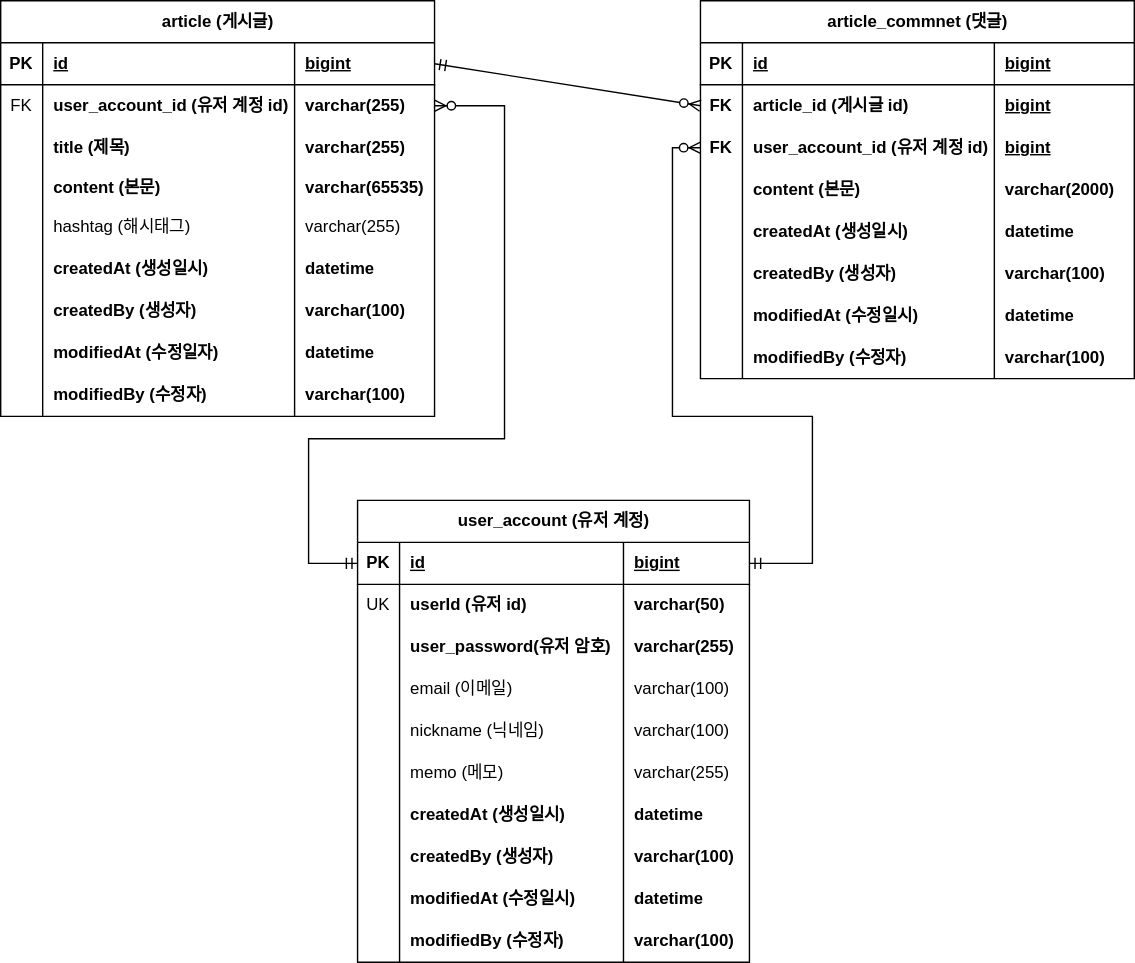
codingNoob12/fastcampus-project-board keeps this draw.io diagram as document/project-board-erd.svg. Above is the earlier version. Source tidied: cells renumbered, new cells last; positions are measured from the earlier drawing's top-left corner, leaving out a move shared by most shapes.
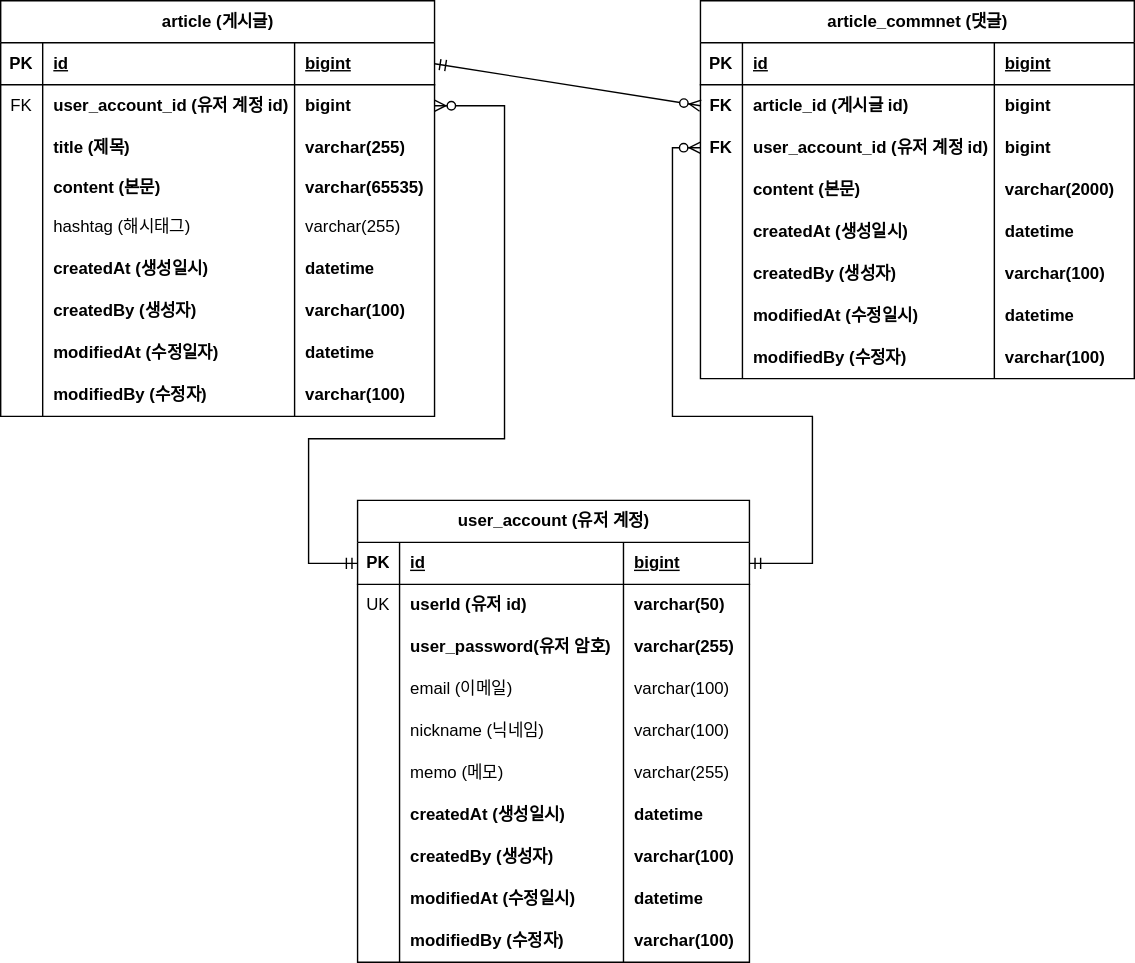
Later version of the same file.

What changed in the source:
```diff
@@ -26,7 +26,7 @@
     <mxCell id="9" value="user_account_id (유저 계정 id)" style="shape=partialRectangle;fillColor=none;top=0;left=0;bottom=0;right=0;align=left;spacingLeft=6;overflow=hidden;whiteSpace=wrap;html=1;fontStyle=1;" parent="7" vertex="1">
       <mxGeometry x="30" width="180" height="30" as="geometry" />
     </mxCell>
-    <mxCell id="10" value="varchar(255)" style="shape=partialRectangle;fillColor=none;top=0;left=0;bottom=0;right=0;align=left;spacingLeft=6;overflow=hidden;whiteSpace=wrap;html=1;fontStyle=1;" parent="7" vertex="1">
+    <mxCell id="10" value="bigint" style="shape=partialRectangle;fillColor=none;top=0;left=0;bottom=0;right=0;align=left;spacingLeft=6;overflow=hidden;whiteSpace=wrap;html=1;fontStyle=1;" parent="7" vertex="1">
       <mxGeometry x="210" width="100" height="30" as="geometry" />
     </mxCell>
     <mxCell id="11" style="shape=tableRow;horizontal=0;startSize=0;swimlaneHead=0;swimlaneBody=0;fillColor=none;top=0;left=0;right=0;bottom=0;" parent="2" vertex="1">
@@ -137,7 +137,7 @@
     <mxCell id="46" value="article_id (게시글 id)" style="shape=partialRectangle;fillColor=none;top=0;left=0;bottom=0;right=0;align=left;spacingLeft=6;overflow=hidden;whiteSpace=wrap;html=1;fontStyle=1;" parent="44" vertex="1">
       <mxGeometry x="30" width="180" height="30" as="geometry" />
     </mxCell>
-    <mxCell id="47" value="&lt;span style=&quot;text-decoration-line: underline;&quot;&gt;bigint&lt;/span&gt;" style="shape=partialRectangle;fillColor=none;top=0;left=0;bottom=0;right=0;align=left;spacingLeft=6;overflow=hidden;whiteSpace=wrap;html=1;fontStyle=1;" parent="44" vertex="1">
+    <mxCell id="47" value="bigint" style="shape=partialRectangle;fillColor=none;top=0;left=0;bottom=0;right=0;align=left;spacingLeft=6;overflow=hidden;whiteSpace=wrap;html=1;fontStyle=1;" parent="44" vertex="1">
       <mxGeometry x="210" width="100" height="30" as="geometry" />
     </mxCell>
     <mxCell id="48" style="shape=tableRow;horizontal=0;startSize=0;swimlaneHead=0;swimlaneBody=0;fillColor=none;points=[[0,0.5],[1,0.5]];portConstraint=eastwest;top=0;left=0;right=0;bottom=0;" parent="39" vertex="1">
@@ -149,7 +149,7 @@
     <mxCell id="50" value="user_account_id (유저 계정 id)" style="shape=partialRectangle;fillColor=none;top=0;left=0;bottom=0;right=0;align=left;spacingLeft=6;overflow=hidden;whiteSpace=wrap;html=1;fontStyle=1;" parent="48" vertex="1">
       <mxGeometry x="30" width="180" height="30" as="geometry" />
     </mxCell>
-    <mxCell id="51" value="&lt;span style=&quot;text-decoration-line: underline;&quot;&gt;bigint&lt;/span&gt;" style="shape=partialRectangle;fillColor=none;top=0;left=0;bottom=0;right=0;align=left;spacingLeft=6;overflow=hidden;whiteSpace=wrap;html=1;fontStyle=1;" parent="48" vertex="1">
+    <mxCell id="51" value="bigint" style="shape=partialRectangle;fillColor=none;top=0;left=0;bottom=0;right=0;align=left;spacingLeft=6;overflow=hidden;whiteSpace=wrap;html=1;fontStyle=1;" parent="48" vertex="1">
       <mxGeometry x="210" width="100" height="30" as="geometry" />
     </mxCell>
     <mxCell id="52" style="shape=tableRow;horizontal=0;startSize=0;swimlaneHead=0;swimlaneBody=0;fillColor=none;top=0;left=0;right=0;bottom=0;" parent="39" vertex="1">
```
